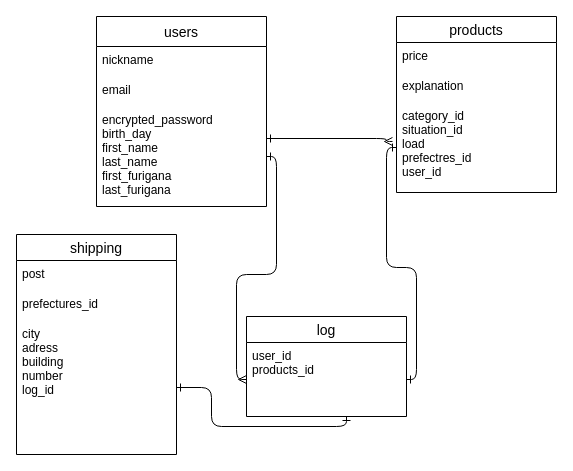
Above: furima.dio in Aki1634/furima-37996 (draw.io), before the change. Source tidied: cells renumbered, new cells numbered last; positions are measured from the earlier drawing's top-left corner, leaving out a move shared by most shapes. Both pictures are drawn from the tidied source at 100%, with x=0, y=0 at pixel (16, 16).
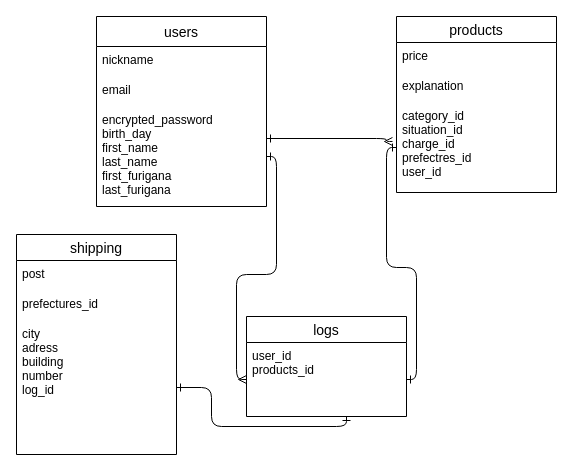
After the change.

The change refers to these unchanged cells:
```xml
<mxCell id="6" value="products" style="swimlane;fontStyle=0;horizontal=1;startSize=26;align=center;fontSize=14;fontFamily=Helvetica;fontColor=default;strokeColor=default;fillColor=default;" parent="1" vertex="1">
  <mxGeometry x="380" width="160" height="176" as="geometry" />
</mxCell>
```

The edit, as a diff of the source:
```diff
@@
-    <mxCell id="9" value="category_id&#10;situation_id&#10;load&#10;prefectres_id&#10;user_id" style="text;strokeColor=none;fillColor=none;spacingLeft=4;spacingRight=4;overflow=hidden;points=[[0,0.5],[1,0.5]];portConstraint=eastwest;fontSize=12;fontFamily=Helvetica;fontColor=default;startSize=30;" parent="6" vertex="1">
+    <mxCell id="9" value="category_id&#10;situation_id&#10;charge_id &#10;prefectres_id&#10;user_id" style="text;strokeColor=none;fillColor=none;spacingLeft=4;spacingRight=4;overflow=hidden;points=[[0,0.5],[1,0.5]];portConstraint=eastwest;fontSize=12;fontFamily=Helvetica;fontColor=default;startSize=30;" parent="6" vertex="1">
       <mxGeometry y="86" width="160" height="90" as="geometry" />
     </mxCell>
@@
-    <mxCell id="14" value="log" style="swimlane;fontStyle=0;horizontal=1;startSize=26;align=center;fontSize=14;fontFamily=Helvetica;fontColor=default;strokeColor=default;fillColor=default;" parent="1" vertex="1">
+    <mxCell id="14" value="logs" style="swimlane;fontStyle=0;horizontal=1;startSize=26;align=center;fontSize=14;fontFamily=Helvetica;fontColor=default;strokeColor=default;fillColor=default;" parent="1" vertex="1">
       <mxGeometry x="230" y="300" width="160" height="100" as="geometry" />
     </mxCell>
```
